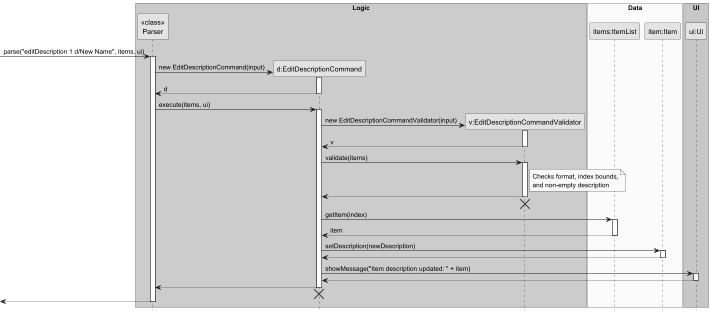
fmohamedfaras/tp keeps this PlantUML diagram as docs/diagrams/EditDescriptionCommandSequenceDiagram.png. Above is the earlier version. The source it was exported from:
```plantuml
@startuml
skinparam monochrome true
skinparam shadowing false
hide footbox

box "Logic" #LightBlue
participant "<<class>>\nParser" as Parser
participant "d:EditDescriptionCommand" as EditDescriptionCommand
participant "v:EditDescriptionCommandValidator" as EditDescriptionCommandValidator
end box

box "Data" #LightYellow
participant "items:ItemList" as ItemList
participant "item:Item" as Item
end box

box "UI" #LightGreen
participant "ui:Ui" as Ui
end box

-> Parser : parse("editDescription 1 d/New Name", items, ui)
activate Parser

create EditDescriptionCommand
Parser -> EditDescriptionCommand : new EditDescriptionCommand(input)
activate EditDescriptionCommand
EditDescriptionCommand --> Parser : d
deactivate EditDescriptionCommand

Parser -> EditDescriptionCommand : execute(items, ui)
activate EditDescriptionCommand

create EditDescriptionCommandValidator
EditDescriptionCommand -> EditDescriptionCommandValidator : new EditDescriptionCommandValidator(input)
activate EditDescriptionCommandValidator
EditDescriptionCommandValidator --> EditDescriptionCommand : v
deactivate EditDescriptionCommandValidator

EditDescriptionCommand -> EditDescriptionCommandValidator : validate(items)
activate EditDescriptionCommandValidator
note right of EditDescriptionCommandValidator
  Checks format, index bounds,
  and non-empty description
end note
EditDescriptionCommandValidator --> EditDescriptionCommand
deactivate EditDescriptionCommandValidator
EditDescriptionCommandValidator -[hidden]-> EditDescriptionCommand
destroy EditDescriptionCommandValidator

EditDescriptionCommand -> ItemList : getItem(index)
activate ItemList
ItemList --> EditDescriptionCommand : item
deactivate ItemList

EditDescriptionCommand -> Item : setDescription(newDescription)
activate Item
Item --> EditDescriptionCommand
deactivate Item

EditDescriptionCommand -> Ui : showMessage("Item description updated: " + item)
activate Ui
Ui --> EditDescriptionCommand
deactivate Ui

EditDescriptionCommand --> Parser
deactivate EditDescriptionCommand
EditDescriptionCommand -[hidden]-> Parser
destroy EditDescriptionCommand

<-- Parser
deactivate Parser

@enduml
```
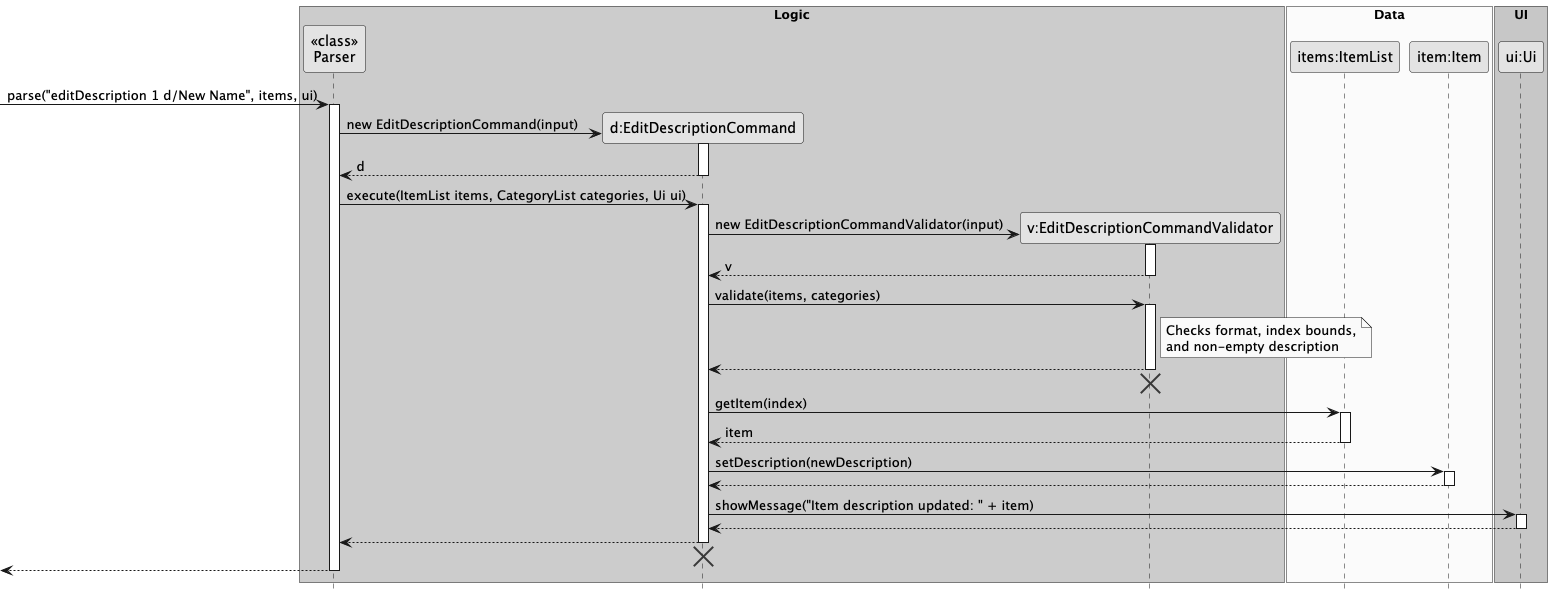
Above is the later version.

The edit, as a diff of the source:
```diff
@@ -27,7 +27,7 @@
 EditDescriptionCommand --> Parser : d
 deactivate EditDescriptionCommand
 
-Parser -> EditDescriptionCommand : execute(items, ui)
+Parser -> EditDescriptionCommand : execute(ItemList items, CategoryList categories, Ui ui)
 activate EditDescriptionCommand
 
 create EditDescriptionCommandValidator
@@ -36,7 +36,7 @@
 EditDescriptionCommandValidator --> EditDescriptionCommand : v
 deactivate EditDescriptionCommandValidator
 
-EditDescriptionCommand -> EditDescriptionCommandValidator : validate(items)
+EditDescriptionCommand -> EditDescriptionCommandValidator : validate(items, categories)
 activate EditDescriptionCommandValidator
 note right of EditDescriptionCommandValidator
   Checks format, index bounds,
```
